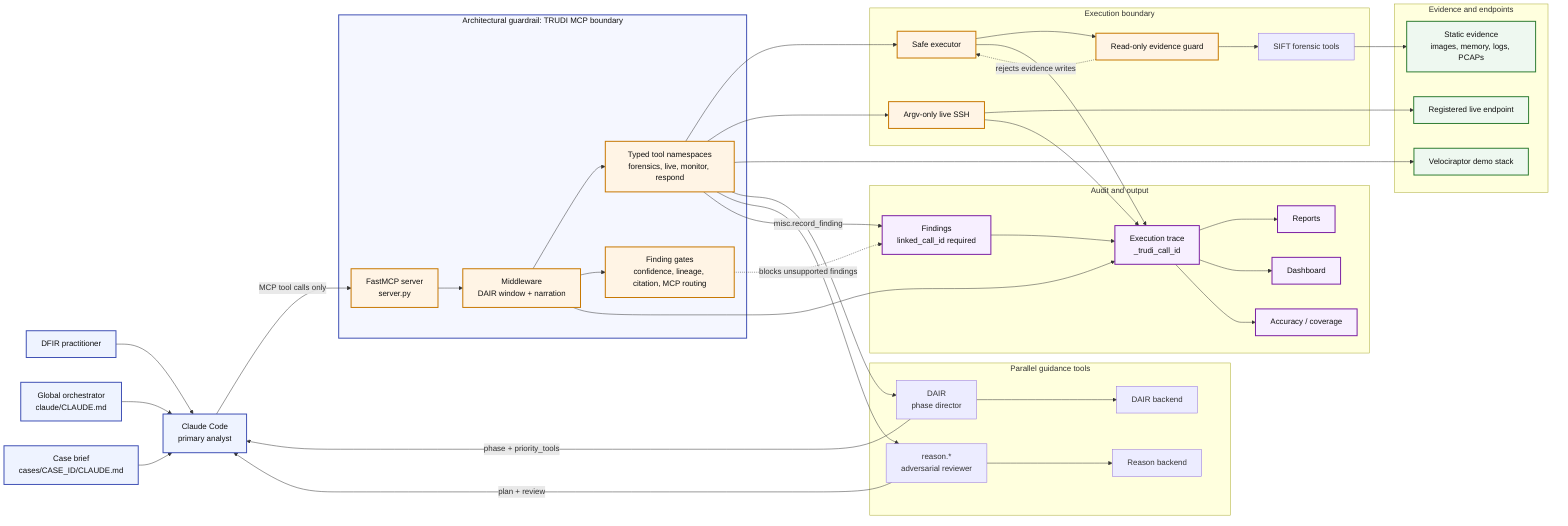
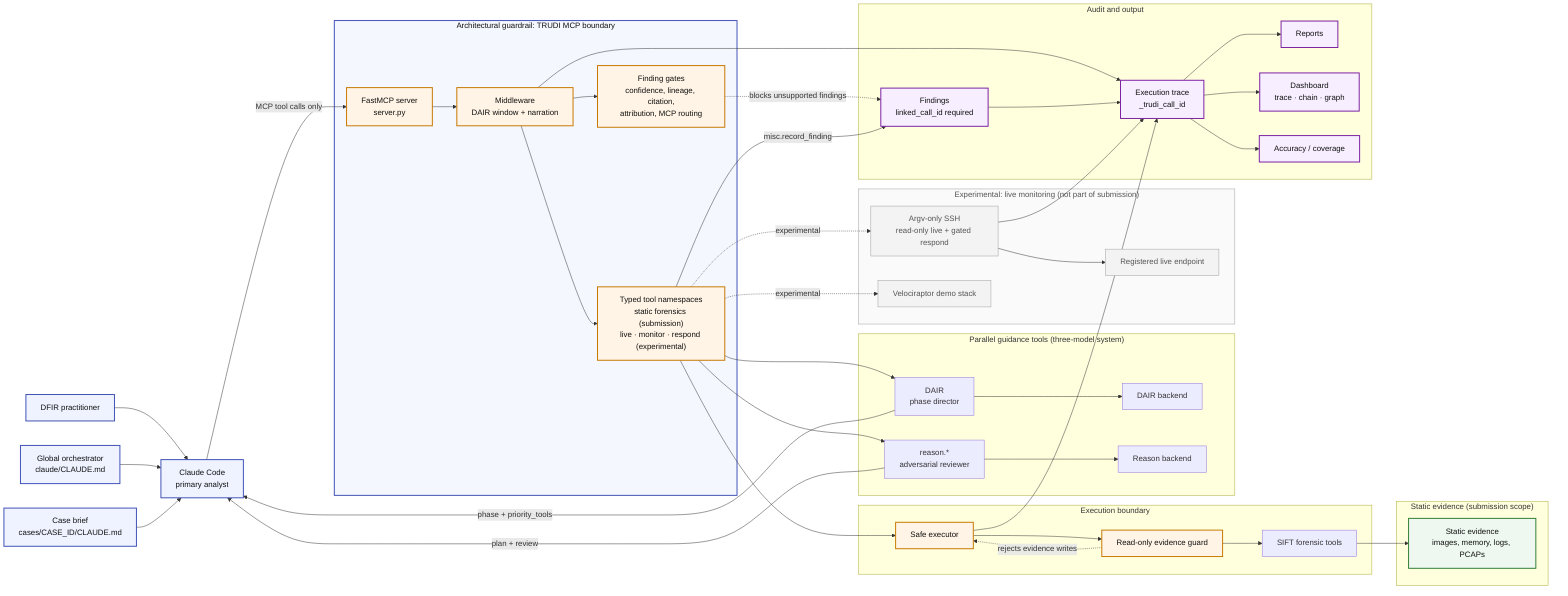
flowchart LR
    User["DFIR practitioner"] --> Claude["Claude Code\nprimary analyst"]
    Orchestrator["Global orchestrator\nclaude/CLAUDE.md"] --> Claude
    CaseBrief["Case brief\ncases/CASE_ID/CLAUDE.md"] --> Claude

    subgraph MCP["Architectural guardrail: TRUDI MCP boundary"]
        Server["FastMCP server\nserver.py"]
        Middleware["Middleware\nDAIR window + narration"]
-         Tools["Typed tool namespaces\nforensics, live, monitor, respond"]
-         Gates["Finding gates\nconfidence, lineage, citation, MCP routing"]
+         Tools["Typed tool namespaces\nstatic forensics (submission)\nlive · monitor · respond (experimental)"]
+         Gates["Finding gates\nconfidence, lineage, citation,\nattribution, MCP routing"]
    end

-     subgraph Guidance["Parallel guidance tools"]
+     subgraph Guidance["Parallel guidance tools (three-model system)"]
        DAIR["DAIR\nphase director"]
        Reason["reason.*\nadversarial reviewer"]
        DAIRBackend["DAIR backend"]
        ReasonBackend["Reason backend"]
    end

    subgraph Execute["Execution boundary"]
        Executor["Safe executor"]
        PathGuard["Read-only evidence guard"]
-         SSH["Argv-only live SSH"]
        SIFT["SIFT forensic tools"]
    end

-     subgraph Targets["Evidence and endpoints"]
+     subgraph Targets["Static evidence (submission scope)"]
        Evidence["Static evidence\nimages, memory, logs, PCAPs"]
+     end
+ 
+     subgraph Experimental["Experimental: live monitoring (not part of submission)"]
+         SSH["Argv-only SSH\nread-only live + gated respond"]
        Endpoint["Registered live endpoint"]
        Velo["Velociraptor demo stack"]
    end

    subgraph Audit["Audit and output"]
        Trace["Execution trace\n_trudi_call_id"]
        Findings["Findings\nlinked_call_id required"]
        Reports["Reports"]
-         Dashboard["Dashboard"]
+         Dashboard["Dashboard\ntrace · chain · graph"]
        Accuracy["Accuracy / coverage"]
    end

    Claude -- "MCP tool calls only" --> Server
    Server --> Middleware --> Tools
    Middleware --> Gates

    Tools --> Executor --> PathGuard --> SIFT --> Evidence
-     Tools --> SSH --> Endpoint
-     Tools --> Velo
+     Tools -. experimental .-> SSH --> Endpoint
+     Tools -. experimental .-> Velo

    Tools --> DAIR --> DAIRBackend
    Tools --> Reason --> ReasonBackend
    DAIR -- "phase + priority_tools" --> Claude
    Reason -- "plan + review" --> Claude

    Executor --> Trace
    SSH --> Trace
    Middleware --> Trace
    Gates -. blocks unsupported findings .-> Findings
    Tools -- "misc.record_finding" --> Findings
    Findings --> Trace
    Trace --> Reports
    Trace --> Dashboard
    Trace --> Accuracy

    PathGuard -. rejects evidence writes .-> Executor

    classDef guard fill:#fff4e5,stroke:#c77700,stroke-width:2px,color:#111;
    classDef evidence fill:#eef8f0,stroke:#2e7d32,stroke-width:2px,color:#111;
    classDef audit fill:#f7efff,stroke:#7b1fa2,stroke-width:2px,color:#111;
    classDef actor fill:#eef3ff,stroke:#4051b5,stroke-width:2px,color:#111;
+     classDef experimental fill:#f3f3f3,stroke:#9e9e9e,stroke-width:1px,color:#555;
    style MCP fill:#f5f7ff,stroke:#4051b5,stroke-width:2px,color:#111
-     class Server,Middleware,Tools,Gates,Executor,PathGuard,SSH guard;
-     class Evidence,Endpoint,Velo evidence;
+     style Experimental fill:#fafafa,stroke:#9e9e9e,stroke-width:1px,color:#555
+     class Server,Middleware,Tools,Gates,Executor,PathGuard guard;
+     class Evidence evidence;
+     class SSH,Endpoint,Velo experimental;
    class Trace,Findings,Reports,Dashboard,Accuracy audit;
    class User,Claude,Orchestrator,CaseBrief actor;
